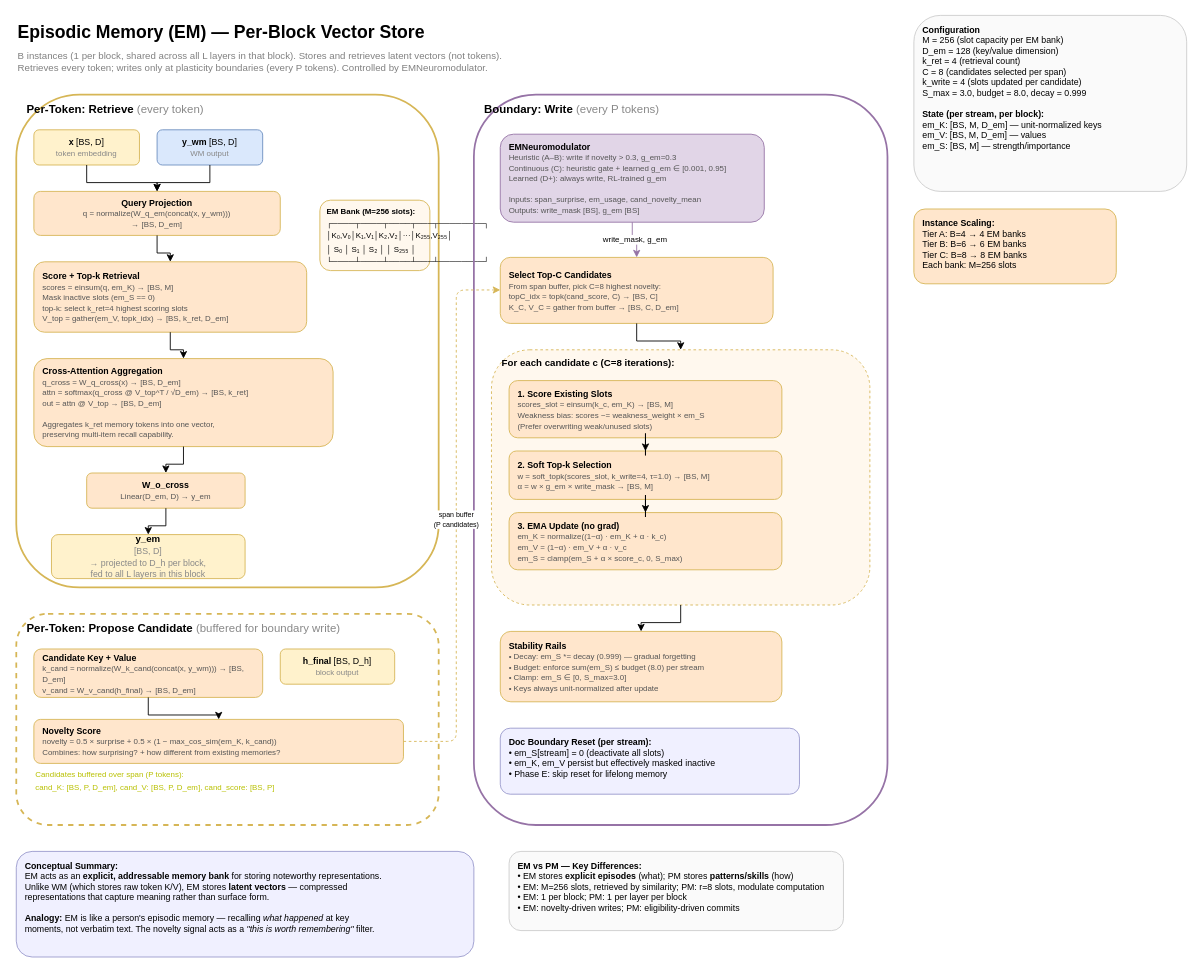
The draw.io diagram docs/diagrams/episodic_memory.drawio in alxdofficial/neuromorphic, before the edit. Source tidied: cells renumbered, new cells numbered last; positions are measured from the earlier drawing's top-left corner, leaving out a move shared by most shapes. Both pictures are drawn from the tidied source at 88%, with x=0, y=0 at pixel (16, 15).
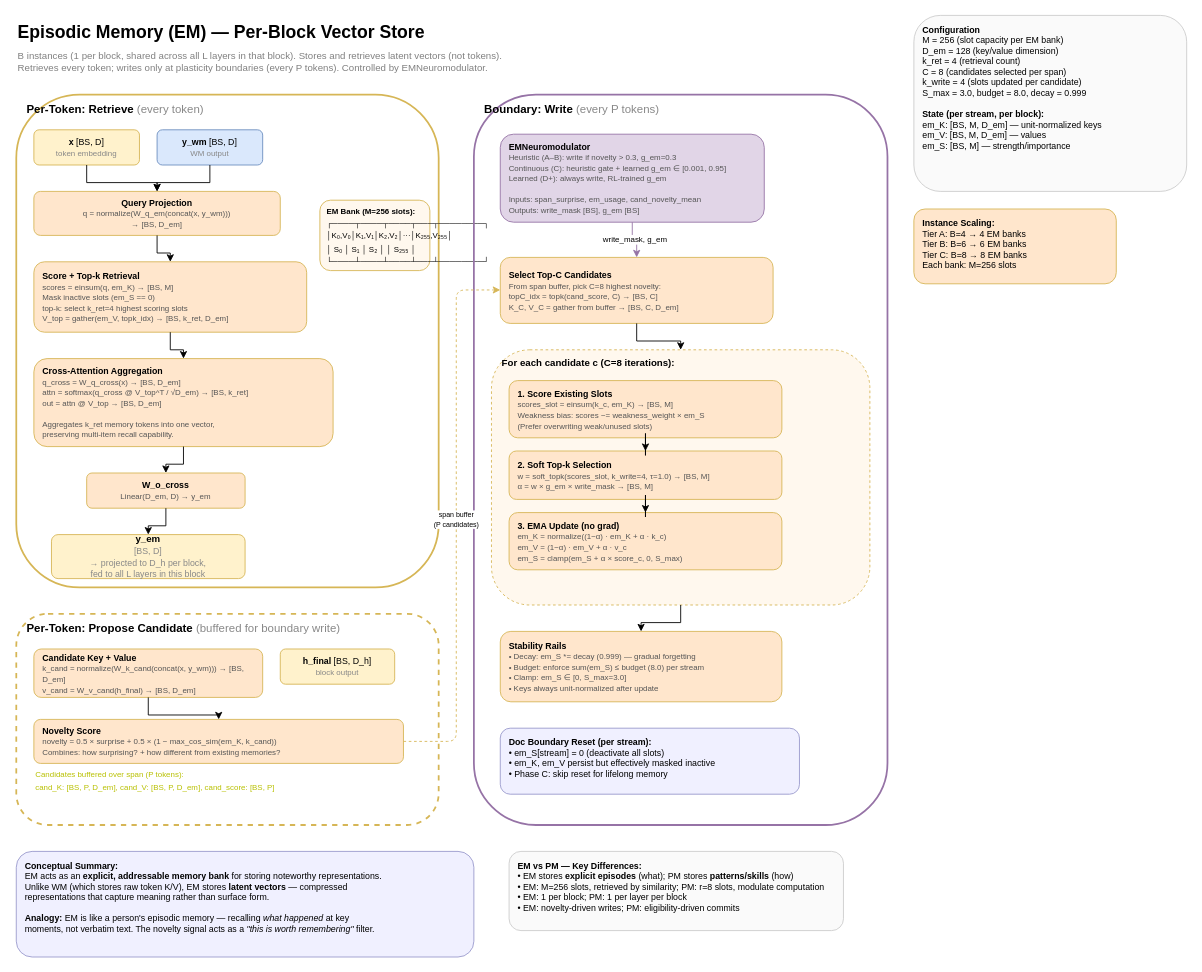
The same page after the edit.

Change to the diagram source:
```diff
@@
-    <mxCell id="45" value="&lt;font style=&quot;font-size: 10px;&quot;&gt;&lt;b&gt;Doc Boundary Reset (per stream):&lt;/b&gt;&lt;br&gt;• em_S[stream] = 0 (deactivate all slots)&lt;br&gt;• em_K, em_V persist but effectively masked inactive&lt;br&gt;• Phase E: skip reset for lifelong memory&lt;/font&gt;" style="rounded=1;whiteSpace=wrap;html=1;fillColor=#f0f0ff;strokeColor=#9999cc;fontSize=10;align=left;verticalAlign=top;spacingLeft=8;spacingTop=4;" parent="1" vertex="1">
+    <mxCell id="45" value="&lt;font style=&quot;font-size: 10px;&quot;&gt;&lt;b&gt;Doc Boundary Reset (per stream):&lt;/b&gt;&lt;br&gt;• em_S[stream] = 0 (deactivate all slots)&lt;br&gt;• em_K, em_V persist but effectively masked inactive&lt;br&gt;• Phase C: skip reset for lifelong memory&lt;/font&gt;" style="rounded=1;whiteSpace=wrap;html=1;fillColor=#f0f0ff;strokeColor=#9999cc;fontSize=10;align=left;verticalAlign=top;spacingLeft=8;spacingTop=4;" parent="1" vertex="1">
       <mxGeometry x="550" y="810" width="340" height="75" as="geometry" />
     </mxCell>
```
